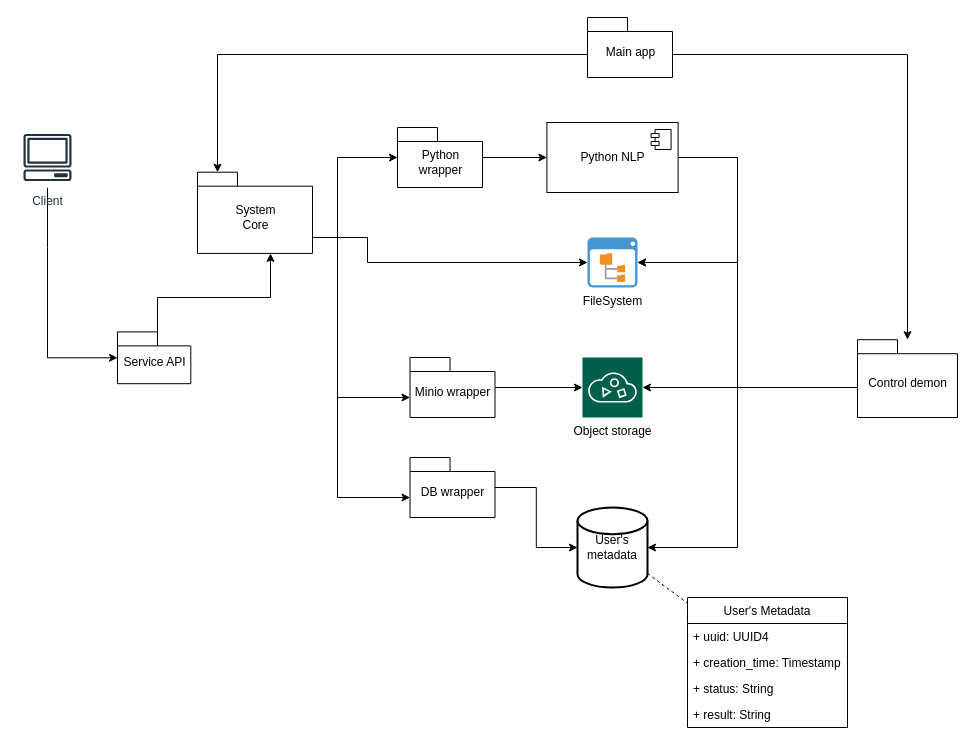
Before: planning/utils/ModuleDecomposition.drawio in smart-online-judge/basic-online-judge, a draw.io diagram. Source tidied: cells renumbered, new cells numbered last; positions are measured from the earlier drawing's top-left corner, leaving out a move shared by most shapes. Both pictures are drawn from the tidied source at 100%, with x=0, y=0 at pixel (17, 17).
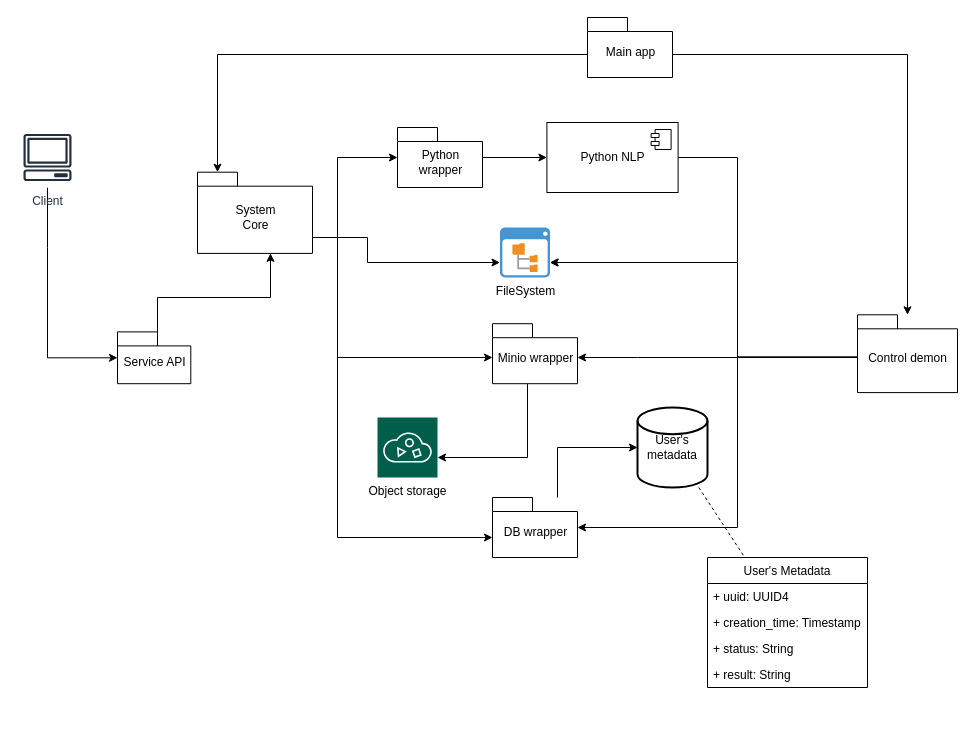
The same page after the edit.

Commit message (it also covers changes not shown here):
Altered architecture report after finalizing architectue.

Unchanged cells that the change refers to:
```xml
<mxCell id="17" value="&lt;span style=&quot;font-weight: 400&quot;&gt;System&lt;/span&gt;&lt;br style=&quot;padding: 0px ; margin: 0px ; font-weight: 400&quot;&gt;&lt;span style=&quot;font-weight: 400&quot;&gt;Core&lt;/span&gt;" style="shape=folder;fontStyle=1;spacingTop=10;tabWidth=40;tabHeight=14;tabPosition=left;html=1;" parent="1" vertex="1">
  <mxGeometry x="180" y="154.7" width="115" height="81.2" as="geometry" />
</mxCell>
```

Diff of the diagram source:
```diff
@@
     <mxCell id="2" value="Object storage" style="shadow=0;dashed=0;html=1;strokeColor=none;fillColor=#005F4B;labelPosition=center;verticalLabelPosition=bottom;verticalAlign=top;align=center;outlineConnect=0;shape=mxgraph.veeam2.object_storage;" parent="1" vertex="1">
-      <mxGeometry x="565" y="340" width="60" height="60" as="geometry" />
+      <mxGeometry x="360" y="400" width="60" height="60" as="geometry" />
     </mxCell>
@@
-    <mxCell id="4" value="User's metadata" style="strokeWidth=2;html=1;shape=mxgraph.flowchart.database;whiteSpace=wrap;" parent="1" vertex="1">
-      <mxGeometry x="560" y="490" width="70" height="80" as="geometry" />
-    </mxCell>
     <mxCell id="5" value="FileSystem" style="shadow=0;dashed=0;html=1;strokeColor=none;fillColor=#4495D1;labelPosition=center;verticalLabelPosition=bottom;verticalAlign=top;align=center;outlineConnect=0;shape=mxgraph.veeam.2d.file_system_browser;" parent="1" vertex="1">
-      <mxGeometry x="570" y="220" width="50" height="50" as="geometry" />
+      <mxGeometry x="482.5" y="210" width="50" height="50" as="geometry" />
     </mxCell>
     <mxCell id="6" style="edgeStyle=orthogonalEdgeStyle;rounded=0;jettySize=auto;html=1;" parent="1" edge="1" source="20" target="2">
-      <mxGeometry relative="1" as="geometry" />
+      <mxGeometry relative="1" as="geometry">
+        <Array as="points">
+          <mxPoint x="510" y="440" />
+        </Array>
+      </mxGeometry>
     </mxCell>
@@
     <mxCell id="8" style="edgeStyle=orthogonalEdgeStyle;rounded=0;jettySize=auto;html=1;" parent="1" edge="1" source="17" target="20">
       <mxGeometry relative="1" as="geometry">
         <Array as="points">
           <mxPoint x="320" y="220" />
-          <mxPoint x="320" y="380" />
+          <mxPoint x="320" y="340" />
         </Array>
       </mxGeometry>
     </mxCell>
@@
     <mxCell id="10" style="edgeStyle=orthogonalEdgeStyle;rounded=0;jettySize=auto;html=1;" parent="1" edge="1" source="17" target="21">
       <mxGeometry relative="1" as="geometry">
         <Array as="points">
           <mxPoint x="320" y="220" />
-          <mxPoint x="320" y="480" />
+          <mxPoint x="320" y="520" />
         </Array>
       </mxGeometry>
     </mxCell>
@@
     <mxCell id="13" style="edgeStyle=orthogonalEdgeStyle;rounded=0;jettySize=auto;html=1;" parent="1" edge="1" source="21" target="4">
-      <mxGeometry relative="1" as="geometry" />
+      <mxGeometry relative="1" as="geometry">
+        <Array as="points">
+          <mxPoint x="540" y="430" />
+        </Array>
+      </mxGeometry>
     </mxCell>
@@
     <mxCell id="20" value="&lt;span style=&quot;font-weight: 400&quot;&gt;Minio wrapper&lt;/span&gt;" style="shape=folder;fontStyle=1;spacingTop=10;tabWidth=40;tabHeight=14;tabPosition=left;html=1;" parent="1" vertex="1">
-      <mxGeometry x="392.5" y="340" width="85" height="60" as="geometry" />
+      <mxGeometry x="475" y="306.2" width="85" height="60" as="geometry" />
     </mxCell>
     <mxCell id="21" value="&lt;span style=&quot;font-weight: 400&quot;&gt;DB wrapper&lt;/span&gt;" style="shape=folder;fontStyle=1;spacingTop=10;tabWidth=40;tabHeight=14;tabPosition=left;html=1;" parent="1" vertex="1">
-      <mxGeometry x="392.5" y="440" width="85" height="60" as="geometry" />
+      <mxGeometry x="475" y="480" width="85" height="60" as="geometry" />
     </mxCell>
     <mxCell id="22" style="edgeStyle=orthogonalEdgeStyle;rounded=0;jettySize=auto;html=1;exitX=0;exitY=0;exitDx=0;exitDy=42;exitPerimeter=0;startArrow=none;startFill=0;endArrow=classic;endFill=1;" parent="1" edge="1" source="25" target="5">
       <mxGeometry relative="1" as="geometry">
         <Array as="points">
-          <mxPoint x="860" y="370" />
-          <mxPoint x="720" y="370" />
+          <mxPoint x="720" y="339" />
           <mxPoint x="720" y="245" />
         </Array>
       </mxGeometry>
     </mxCell>
-    <mxCell id="23" style="edgeStyle=orthogonalEdgeStyle;rounded=0;jettySize=auto;html=1;startArrow=none;startFill=0;endArrow=classic;endFill=1;" parent="1" edge="1" source="25" target="2">
+    <mxCell id="23" style="edgeStyle=orthogonalEdgeStyle;rounded=0;jettySize=auto;html=1;startArrow=none;startFill=0;endArrow=classic;endFill=1;" parent="1" edge="1" source="25" target="20">
       <mxGeometry relative="1" as="geometry">
         <Array as="points">
-          <mxPoint x="720" y="370" />
-          <mxPoint x="720" y="370" />
+          <mxPoint x="620" y="340" />
+          <mxPoint x="620" y="340" />
         </Array>
       </mxGeometry>
     </mxCell>
-    <mxCell id="24" style="edgeStyle=orthogonalEdgeStyle;rounded=0;jettySize=auto;html=1;startArrow=none;startFill=0;endArrow=classic;endFill=1;" parent="1" edge="1" source="25" target="4">
-      <mxGeometry relative="1" as="geometry">
-        <Array as="points">
-          <mxPoint x="720" y="370" />
-          <mxPoint x="720" y="530" />
-        </Array>
-      </mxGeometry>
-    </mxCell>
+    <mxCell id="36" style="edgeStyle=orthogonalEdgeStyle;rounded=0;jettySize=auto;html=1;" parent="1" edge="1" source="25" target="21">
+      <mxGeometry relative="1" as="geometry">
+        <Array as="points">
+          <mxPoint x="720" y="340" />
+          <mxPoint x="720" y="510" />
+        </Array>
+      </mxGeometry>
+    </mxCell>
     <mxCell id="25" value="&lt;span style=&quot;font-weight: normal&quot;&gt;Control demon&lt;/span&gt;" style="shape=folder;fontStyle=1;spacingTop=10;tabWidth=40;tabHeight=14;tabPosition=left;html=1;" parent="1" vertex="1">
-      <mxGeometry x="840" y="322.2" width="100" height="77.8" as="geometry" />
+      <mxGeometry x="840" y="297.3" width="100" height="77.8" as="geometry" />
     </mxCell>
@@
     <mxCell id="31" value="User's Metadata" style="swimlane;fontStyle=0;horizontal=1;startSize=26;fillColor=none;" parent="1" vertex="1">
-      <mxGeometry x="670" y="580" width="160" height="130" as="geometry" />
+      <mxGeometry x="690" y="540" width="160" height="130" as="geometry" />
     </mxCell>
@@
+    <mxCell id="4" value="User's metadata" style="strokeWidth=2;html=1;shape=mxgraph.flowchart.database;whiteSpace=wrap;" parent="1" vertex="1">
+      <mxGeometry x="620" y="390" width="70" height="80" as="geometry" />
+    </mxCell>
```
